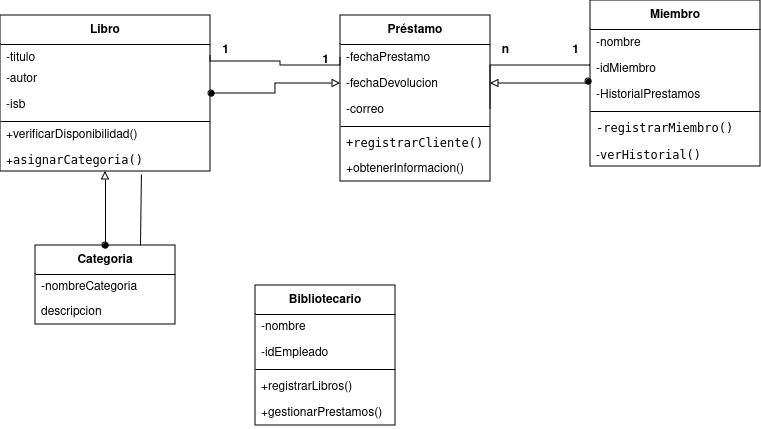
Before: Sistema de Gestión de Bibliotecas.png, a diagram exported from draw.io (gian700/diagrama-de-clases). Source tidied: cells renumbered, new cells last; positions are measured from the earlier drawing's top-left corner, leaving out a move shared by most shapes.
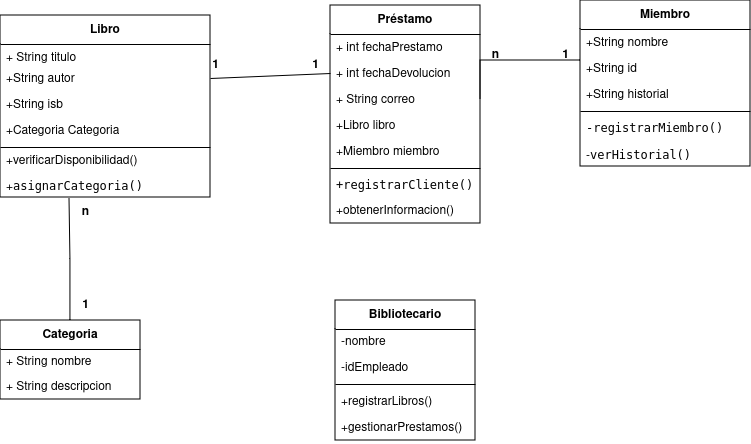
After the commit.

Change to the diagram source:
```diff
@@ -3,46 +3,55 @@
     <mxCell id="0" />
     <mxCell id="1" parent="0" />
     <mxCell id="2" value="Libro" style="swimlane;fontStyle=1;align=center;verticalAlign=middle;horizontal=1;startSize=29;html=1;whiteSpace=wrap;" parent="1" vertex="1">
-      <mxGeometry y="15" width="210" height="156" as="geometry" />
+      <mxGeometry x="10" y="20" width="210" height="182" as="geometry" />
     </mxCell>
-    <mxCell id="3" value="-titulo" style="text;strokeColor=none;fillColor=none;align=left;verticalAlign=top;spacingLeft=4;spacingRight=4;overflow=hidden;points=[[0,0.5],[1,0.5]];portConstraint=eastwest;whiteSpace=wrap;html=1;" parent="2" vertex="1">
+    <mxCell id="3" value="+ String titulo" style="text;strokeColor=none;fillColor=none;align=left;verticalAlign=top;spacingLeft=4;spacingRight=4;overflow=hidden;points=[[0,0.5],[1,0.5]];portConstraint=eastwest;whiteSpace=wrap;html=1;" parent="2" vertex="1">
       <mxGeometry y="29" width="210" height="21" as="geometry" />
     </mxCell>
-    <mxCell id="4" value="-autor" style="text;strokeColor=none;fillColor=none;align=left;verticalAlign=top;spacingLeft=4;spacingRight=4;overflow=hidden;points=[[0,0.5],[1,0.5]];portConstraint=eastwest;whiteSpace=wrap;html=1;" parent="2" vertex="1">
+    <mxCell id="4" value="+String autor" style="text;strokeColor=none;fillColor=none;align=left;verticalAlign=top;spacingLeft=4;spacingRight=4;overflow=hidden;points=[[0,0.5],[1,0.5]];portConstraint=eastwest;whiteSpace=wrap;html=1;" parent="2" vertex="1">
       <mxGeometry y="50" width="210" height="26" as="geometry" />
     </mxCell>
-    <mxCell id="5" value="-isb" style="text;strokeColor=none;fillColor=none;align=left;verticalAlign=top;spacingLeft=4;spacingRight=4;overflow=hidden;whiteSpace=wrap;html=1;" parent="2" vertex="1">
+    <mxCell id="5" value="+String isb" style="text;strokeColor=none;fillColor=none;align=left;verticalAlign=top;spacingLeft=4;spacingRight=4;overflow=hidden;whiteSpace=wrap;html=1;" parent="2" vertex="1">
       <mxGeometry y="76" width="210" height="26" as="geometry" />
     </mxCell>
+    <mxCell id="42" value="+Categoria Categoria" style="text;strokeColor=none;fillColor=none;align=left;verticalAlign=top;spacingLeft=4;spacingRight=4;overflow=hidden;whiteSpace=wrap;html=1;" parent="2" vertex="1">
+      <mxGeometry y="102" width="210" height="26" as="geometry" />
+    </mxCell>
     <mxCell id="6" style="line;strokeWidth=1;fillColor=none;align=left;verticalAlign=middle;spacingTop=-1;spacingLeft=3;spacingRight=3;labelPosition=right;strokeColor=inherit;" parent="2" vertex="1">
-      <mxGeometry y="102" width="210" height="8" as="geometry" />
+      <mxGeometry y="128" width="210" height="8" as="geometry" />
     </mxCell>
     <mxCell id="7" value="+verificarDisponibilidad()" style="text;html=1;strokeColor=none;fillColor=none;align=left;verticalAlign=middle;spacingLeft=4;spacingRight=4;overflow=hidden;whiteSpace=wrap;" parent="2" vertex="1">
-      <mxGeometry y="110" width="210" height="20" as="geometry" />
+      <mxGeometry y="136" width="210" height="20" as="geometry" />
     </mxCell>
     <mxCell id="8" value="+&lt;code&gt;asignarCategoria()&lt;/code&gt;" style="text;strokeColor=none;fillColor=none;align=left;verticalAlign=top;spacingLeft=4;spacingRight=4;overflow=hidden;points=[[0,0.5],[1,0.5]];portConstraint=eastwest;whiteSpace=wrap;html=1;" parent="2" vertex="1">
-      <mxGeometry y="130" width="210" height="26" as="geometry" />
+      <mxGeometry y="156" width="210" height="26" as="geometry" />
     </mxCell>
     <mxCell id="9" value="Préstamo" style="swimlane;fontStyle=1;align=center;verticalAlign=middle;horizontal=1;startSize=29;html=1;whiteSpace=wrap;" parent="1" vertex="1">
-      <mxGeometry x="340" y="15" width="150" height="166" as="geometry" />
+      <mxGeometry x="340" y="10" width="150" height="218" as="geometry" />
     </mxCell>
-    <mxCell id="10" value="-fechaPrestamo" style="text;strokeColor=none;fillColor=none;align=left;verticalAlign=top;spacingLeft=4;spacingRight=4;overflow=hidden;points=[[0,0.5],[1,0.5]];portConstraint=eastwest;whiteSpace=wrap;html=1;" parent="9" vertex="1">
+    <mxCell id="10" value="+ int fechaPrestamo" style="text;strokeColor=none;fillColor=none;align=left;verticalAlign=top;spacingLeft=4;spacingRight=4;overflow=hidden;points=[[0,0.5],[1,0.5]];portConstraint=eastwest;whiteSpace=wrap;html=1;" parent="9" vertex="1">
       <mxGeometry y="29" width="150" height="26" as="geometry" />
     </mxCell>
-    <mxCell id="11" value="-fechaDevolucion" style="text;strokeColor=none;fillColor=none;align=left;verticalAlign=top;spacingLeft=4;spacingRight=4;overflow=hidden;points=[[0,0.5],[1,0.5]];portConstraint=eastwest;whiteSpace=wrap;html=1;" parent="9" vertex="1">
+    <mxCell id="11" value="+ int fechaDevolucion" style="text;strokeColor=none;fillColor=none;align=left;verticalAlign=top;spacingLeft=4;spacingRight=4;overflow=hidden;points=[[0,0.5],[1,0.5]];portConstraint=eastwest;whiteSpace=wrap;html=1;" parent="9" vertex="1">
       <mxGeometry y="55" width="150" height="26" as="geometry" />
     </mxCell>
-    <mxCell id="12" value="-correo" style="text;strokeColor=none;fillColor=none;align=left;verticalAlign=top;spacingLeft=4;spacingRight=4;overflow=hidden;points=[[0,0.5],[1,0.5]];portConstraint=eastwest;whiteSpace=wrap;html=1;" parent="9" vertex="1">
+    <mxCell id="12" value="+ String correo" style="text;strokeColor=none;fillColor=none;align=left;verticalAlign=top;spacingLeft=4;spacingRight=4;overflow=hidden;points=[[0,0.5],[1,0.5]];portConstraint=eastwest;whiteSpace=wrap;html=1;" parent="9" vertex="1">
       <mxGeometry y="81" width="150" height="26" as="geometry" />
     </mxCell>
+    <mxCell id="43" value="+Libro libro" style="text;strokeColor=none;fillColor=none;align=left;verticalAlign=top;spacingLeft=4;spacingRight=4;overflow=hidden;whiteSpace=wrap;html=1;" parent="9" vertex="1">
+      <mxGeometry y="107" width="150" height="26" as="geometry" />
+    </mxCell>
+    <mxCell id="44" value="+Miembro miembro" style="text;strokeColor=none;fillColor=none;align=left;verticalAlign=top;spacingLeft=4;spacingRight=4;overflow=hidden;whiteSpace=wrap;html=1;" parent="9" vertex="1">
+      <mxGeometry y="133" width="150" height="26" as="geometry" />
+    </mxCell>
     <mxCell id="13" style="line;strokeWidth=1;fillColor=none;align=left;verticalAlign=middle;spacingTop=-1;spacingLeft=3;spacingRight=3;labelPosition=right;strokeColor=inherit;" parent="9" vertex="1">
-      <mxGeometry y="107" width="150" height="8" as="geometry" />
+      <mxGeometry y="159" width="150" height="8" as="geometry" />
     </mxCell>
     <mxCell id="14" value="&lt;code&gt;+registrarCliente()&lt;/code&gt;" style="text;html=1;strokeColor=none;fillColor=none;align=left;verticalAlign=middle;spacingLeft=4;spacingRight=4;overflow=hidden;whiteSpace=wrap;" parent="9" vertex="1">
-      <mxGeometry y="115" width="150" height="25" as="geometry" />
+      <mxGeometry y="167" width="150" height="25" as="geometry" />
     </mxCell>
     <mxCell id="15" value="+obtenerInformacion()" style="text;strokeColor=none;fillColor=none;align=left;verticalAlign=top;spacingLeft=4;spacingRight=4;overflow=hidden;whiteSpace=wrap;html=1;" parent="9" vertex="1">
-      <mxGeometry y="140" width="150" height="26" as="geometry" />
+      <mxGeometry y="192" width="150" height="26" as="geometry" />
     </mxCell>
     <mxCell id="16" style="edgeStyle=orthogonalEdgeStyle;rounded=0;jettySize=auto;html=1;entryX=1;entryY=0.5;entryDx=0;entryDy=0;endArrow=none;endFill=0;" parent="1" edge="1" source="17" target="12">
       <mxGeometry relative="1" as="geometry">
@@ -52,15 +61,15 @@
       </mxGeometry>
     </mxCell>
     <mxCell id="17" value="Miembro" style="swimlane;fontStyle=1;align=center;verticalAlign=middle;horizontal=1;startSize=29;html=1;whiteSpace=wrap;" parent="1" vertex="1">
-      <mxGeometry x="590" width="170" height="166" as="geometry" />
+      <mxGeometry x="590" y="5" width="170" height="166" as="geometry" />
     </mxCell>
-    <mxCell id="18" value="-nombre" style="text;strokeColor=none;fillColor=none;align=left;verticalAlign=top;spacingLeft=4;spacingRight=4;overflow=hidden;whiteSpace=wrap;html=1;" parent="17" vertex="1">
+    <mxCell id="18" value="+String nombre" style="text;strokeColor=none;fillColor=none;align=left;verticalAlign=top;spacingLeft=4;spacingRight=4;overflow=hidden;whiteSpace=wrap;html=1;" parent="17" vertex="1">
       <mxGeometry y="29" width="170" height="26" as="geometry" />
     </mxCell>
-    <mxCell id="19" value="-idMiembro" style="text;strokeColor=none;fillColor=none;align=left;verticalAlign=top;spacingLeft=4;spacingRight=4;overflow=hidden;points=[[0,0.5],[1,0.5]];portConstraint=eastwest;whiteSpace=wrap;html=1;" parent="17" vertex="1">
+    <mxCell id="19" value="+String id" style="text;strokeColor=none;fillColor=none;align=left;verticalAlign=top;spacingLeft=4;spacingRight=4;overflow=hidden;points=[[0,0.5],[1,0.5]];portConstraint=eastwest;whiteSpace=wrap;html=1;" parent="17" vertex="1">
       <mxGeometry y="55" width="170" height="26" as="geometry" />
     </mxCell>
-    <mxCell id="20" value="-HistorialPrestamos" style="text;strokeColor=none;fillColor=none;align=left;verticalAlign=top;spacingLeft=4;spacingRight=4;overflow=hidden;whiteSpace=wrap;html=1;" parent="17" vertex="1">
+    <mxCell id="20" value="+String historial" style="text;strokeColor=none;fillColor=none;align=left;verticalAlign=top;spacingLeft=4;spacingRight=4;overflow=hidden;whiteSpace=wrap;html=1;" parent="17" vertex="1">
       <mxGeometry y="81" width="170" height="26" as="geometry" />
     </mxCell>
     <mxCell id="21" style="line;strokeWidth=1;fillColor=none;align=left;verticalAlign=middle;spacingTop=-1;spacingLeft=3;spacingRight=3;labelPosition=right;strokeColor=inherit;" parent="17" vertex="1">
@@ -73,7 +82,7 @@
       <mxGeometry y="140" width="170" height="26" as="geometry" />
     </mxCell>
     <mxCell id="24" value="Bibliotecario" style="swimlane;fontStyle=1;align=center;verticalAlign=middle;horizontal=1;startSize=29;html=1;whiteSpace=wrap;" parent="1" vertex="1">
-      <mxGeometry x="255" y="285" width="140" height="140" as="geometry" />
+      <mxGeometry x="345" y="305" width="140" height="140" as="geometry" />
     </mxCell>
     <mxCell id="25" value="-nombre" style="text;html=1;strokeColor=none;fillColor=none;align=left;verticalAlign=middle;spacingLeft=4;spacingRight=4;overflow=hidden;whiteSpace=wrap;" parent="24" vertex="1">
       <mxGeometry y="29" width="140" height="25" as="geometry" />
@@ -91,51 +100,37 @@
       <mxGeometry y="114" width="140" height="26" as="geometry" />
     </mxCell>
     <mxCell id="30" value="Categoria" style="swimlane;fontStyle=1;align=center;verticalAlign=middle;horizontal=1;startSize=29;html=1;whiteSpace=wrap;" parent="1" vertex="1">
-      <mxGeometry x="35" y="245" width="140" height="79" as="geometry" />
+      <mxGeometry x="10" y="325" width="140" height="79" as="geometry" />
     </mxCell>
-    <mxCell id="31" value="&lt;div&gt;-nombreCategoria&lt;br&gt;&lt;/div&gt;" style="text;html=1;strokeColor=none;fillColor=none;align=left;verticalAlign=middle;spacingLeft=4;spacingRight=4;overflow=hidden;whiteSpace=wrap;" parent="30" vertex="1">
+    <mxCell id="31" value="&lt;div&gt;+ String nombre&lt;/div&gt;" style="text;html=1;strokeColor=none;fillColor=none;align=left;verticalAlign=middle;spacingLeft=4;spacingRight=4;overflow=hidden;whiteSpace=wrap;" parent="30" vertex="1">
       <mxGeometry y="29" width="140" height="25" as="geometry" />
     </mxCell>
-    <mxCell id="32" value="descripcion" style="text;html=1;strokeColor=none;fillColor=none;align=left;verticalAlign=middle;spacingLeft=4;spacingRight=4;overflow=hidden;whiteSpace=wrap;" parent="30" vertex="1">
+    <mxCell id="32" value="+ String descripcion" style="text;html=1;strokeColor=none;fillColor=none;align=left;verticalAlign=middle;spacingLeft=4;spacingRight=4;overflow=hidden;whiteSpace=wrap;" parent="30" vertex="1">
       <mxGeometry y="54" width="140" height="25" as="geometry" />
     </mxCell>
-    <mxCell id="33" style="rounded=0;jettySize=auto;html=1;entryX=0;entryY=0.5;entryDx=0;entryDy=0;endArrow=block;endFill=0;startArrow=oval;startFill=1;exitX=1.005;exitY=1.077;exitDx=0;exitDy=0;exitPerimeter=0;edgeStyle=orthogonalEdgeStyle;" parent="1" edge="1" source="4" target="11">
-      <mxGeometry relative="1" as="geometry" />
-    </mxCell>
-    <mxCell id="34" style="rounded=0;jettySize=auto;html=1;entryX=1;entryY=0.5;entryDx=0;entryDy=0;endArrow=block;endFill=0;startArrow=oval;startFill=1;exitX=-0.012;exitY=1;exitDx=0;exitDy=0;exitPerimeter=0;edgeStyle=orthogonalEdgeStyle;" parent="1" edge="1" source="19" target="11">
-      <mxGeometry relative="1" as="geometry">
-        <Array as="points">
-          <mxPoint x="588" y="83" />
-        </Array>
-      </mxGeometry>
-    </mxCell>
-    <mxCell id="35" style="rounded=0;jettySize=auto;html=1;entryX=0.5;entryY=1;entryDx=0;entryDy=0;endArrow=block;endFill=0;startArrow=oval;startFill=1;exitX=0.5;exitY=0;exitDx=0;exitDy=0;" parent="1" edge="1" source="30" target="2">
-      <mxGeometry relative="1" as="geometry" />
-    </mxCell>
     <mxCell id="36" value="&lt;b&gt;1&lt;/b&gt;" style="text;html=1;align=center;verticalAlign=middle;strokeColor=none;fillColor=none;" parent="1" vertex="1">
-      <mxGeometry x="560" y="35" width="30" height="30" as="geometry" />
+      <mxGeometry x="560" y="45" width="30" height="30" as="geometry" />
     </mxCell>
     <mxCell id="37" value="&lt;b&gt;n&lt;/b&gt;" style="text;html=1;align=center;verticalAlign=middle;strokeColor=none;fillColor=none;" parent="1" vertex="1">
-      <mxGeometry x="490" y="35" width="30" height="30" as="geometry" />
+      <mxGeometry x="490" y="45" width="30" height="30" as="geometry" />
     </mxCell>
-    <mxCell id="38" style="edgeStyle=orthogonalEdgeStyle;rounded=0;jettySize=auto;html=1;endArrow=none;endFill=0;exitX=0;exitY=0.5;exitDx=0;exitDy=0;entryX=1;entryY=0.5;entryDx=0;entryDy=0;" parent="1" edge="1" source="10" target="3">
-      <mxGeometry relative="1" as="geometry">
-        <Array as="points">
-          <mxPoint x="340" y="65" />
-          <mxPoint x="280" y="65" />
-          <mxPoint x="280" y="61" />
-          <mxPoint x="210" y="61" />
-        </Array>
-      </mxGeometry>
+    <mxCell id="38" style="rounded=0;jettySize=auto;html=1;endArrow=none;endFill=0;exitX=0;exitY=0.5;exitDx=0;exitDy=0;entryX=1;entryY=0.5;entryDx=0;entryDy=0;" parent="1" edge="1" source="11" target="4">
+      <mxGeometry relative="1" as="geometry" />
     </mxCell>
     <mxCell id="39" value="&lt;b&gt;1&lt;/b&gt;" style="text;html=1;align=center;verticalAlign=middle;strokeColor=none;fillColor=none;" parent="1" vertex="1">
-      <mxGeometry x="310" y="45" width="30" height="30" as="geometry" />
+      <mxGeometry x="310" y="55" width="30" height="30" as="geometry" />
     </mxCell>
     <mxCell id="40" value="&lt;b&gt;1&lt;/b&gt;" style="text;html=1;align=center;verticalAlign=middle;strokeColor=none;fillColor=none;" parent="1" vertex="1">
-      <mxGeometry x="210" y="35" width="30" height="30" as="geometry" />
+      <mxGeometry x="210" y="55" width="30" height="30" as="geometry" />
     </mxCell>
-    <mxCell id="41" style="rounded=0;jettySize=auto;html=1;endArrow=none;endFill=0;exitX=0.75;exitY=0;exitDx=0;exitDy=0;entryX=0.671;entryY=1.115;entryDx=0;entryDy=0;entryPerimeter=0;" parent="1" edge="1" source="30" target="8">
+    <mxCell id="41" style="edgeStyle=orthogonalEdgeStyle;rounded=0;jettySize=auto;html=1;entryX=0.329;entryY=1.038;entryDx=0;entryDy=0;entryPerimeter=0;endArrow=none;endFill=0;" parent="1" edge="1" source="30" target="8">
       <mxGeometry relative="1" as="geometry" />
     </mxCell>
+    <mxCell id="45" value="&lt;b&gt;1&lt;/b&gt;" style="text;html=1;align=center;verticalAlign=middle;strokeColor=none;fillColor=none;" parent="1" vertex="1">
+      <mxGeometry x="80" y="295" width="30" height="30" as="geometry" />
+    </mxCell>
+    <mxCell id="46" value="&lt;b&gt;n&lt;/b&gt;" style="text;html=1;align=center;verticalAlign=middle;strokeColor=none;fillColor=none;" parent="1" vertex="1">
+      <mxGeometry x="80" y="202" width="30" height="30" as="geometry" />
+    </mxCell>
   </root>
 </mxGraphModel>
```
